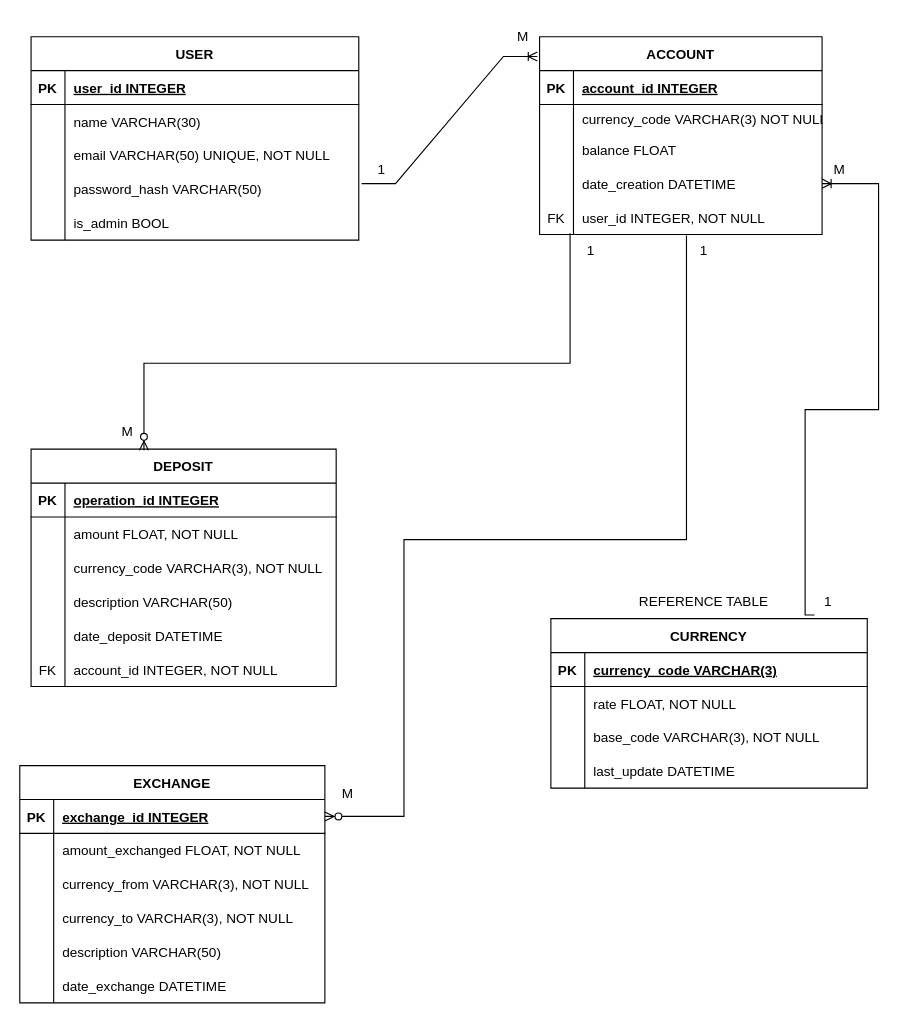
Before: Currency_exchange.drawio in danilo90lan/API_Web_Server_Currency_Exchange, a draw.io diagram. Source tidied: cells renumbered, new cells numbered last; positions are measured from the earlier drawing's top-left corner, leaving out a move shared by most shapes. Both pictures are drawn from the tidied source at 113%, with x=0, y=0 at pixel (19, 19).
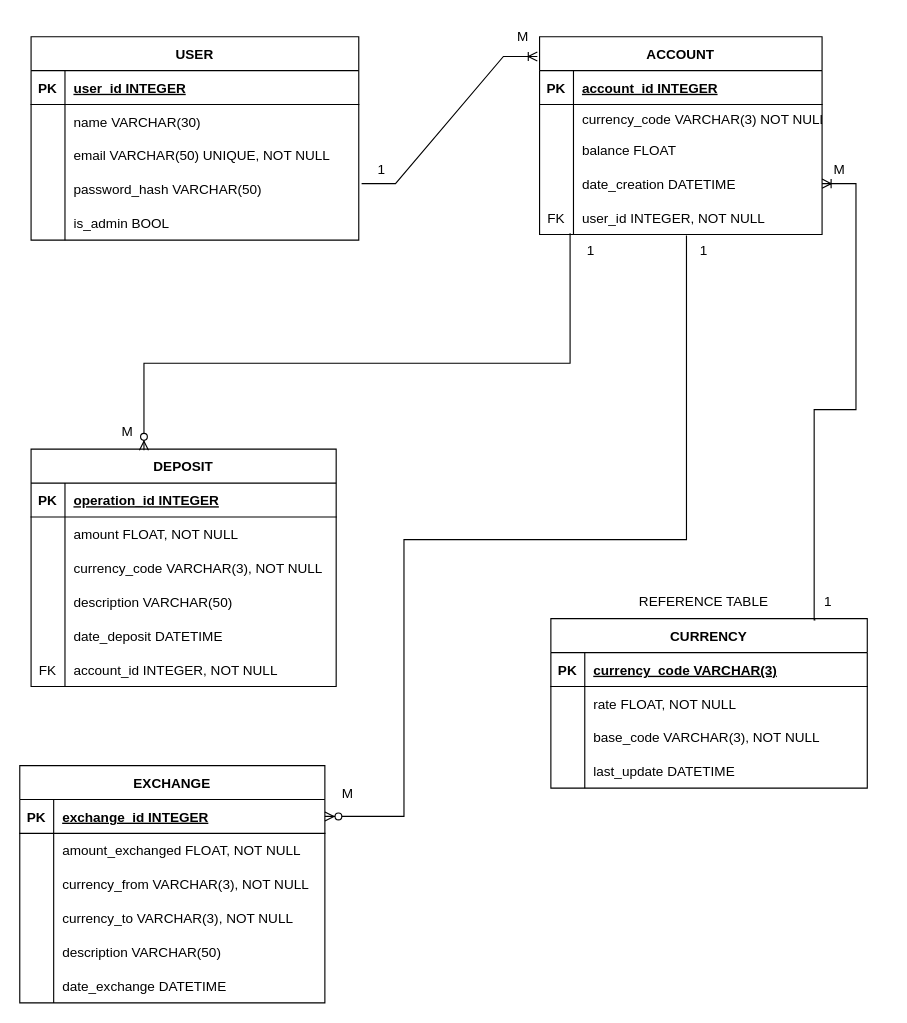
Above is the later version.

The change refers to these unchanged cells:
```xml
<mxCell id="28" style="shape=partialRectangle;fillColor=none;points=[[0,0.5],[1,0.5]];portConstraint=eastwest;top=0;left=0;right=0;bottom=0;" parent="18" vertex="1">
  <mxGeometry y="115" width="250" height="30" as="geometry" />
</mxCell>
<mxCell id="78" value="CURRENCY" style="shape=table;startSize=30;childLayout=tableLayout;rowLines=0;fontStyle=1;align=center;" parent="1" vertex="1">
  <mxGeometry x="470" y="530" width="280" height="150" as="geometry" />
</mxCell>
```

Change to the diagram source:
```diff
@@
-    <mxCell id="95" style="edgeStyle=orthogonalEdgeStyle;fontSize=12;html=1;endArrow=ERoneToMany;rounded=0;exitX=0.833;exitY=-0.022;exitDx=0;exitDy=0;exitPerimeter=0;entryX=1;entryY=0.5;entryDx=0;entryDy=0;" parent="1" edge="1" source="78" target="28">
+    <mxCell id="95" style="edgeStyle=orthogonalEdgeStyle;fontSize=12;html=1;endArrow=ERoneToMany;rounded=0;exitX=0.836;exitY=0.007;exitDx=0;exitDy=0;exitPerimeter=0;entryX=1;entryY=0.5;entryDx=0;entryDy=0;" parent="1" edge="1" source="78" target="28">
       <mxGeometry relative="1" as="geometry">
         <Array as="points">
-          <mxPoint x="695" y="345" />
-          <mxPoint x="760" y="345" />
-          <mxPoint x="760" y="145" />
+          <mxPoint x="703" y="531" />
+          <mxPoint x="703" y="345" />
+          <mxPoint x="740" y="345" />
+          <mxPoint x="740" y="145" />
         </Array>
       </mxGeometry>
     </mxCell>
```
